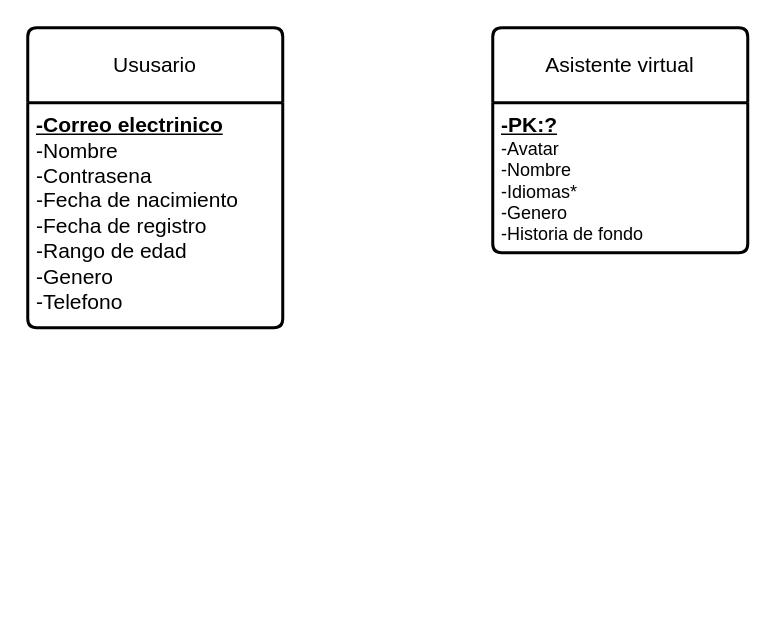
This is Untitled Diagram.drawio from Nicopiriz18/obligatorio_BD, a draw.io file, before an edit. Source tidied: cells renumbered, new cells numbered last; positions are measured from the earlier drawing's top-left corner, leaving out a move shared by most shapes. Both pictures are drawn from the tidied source at 150%, with x=0, y=0 at pixel (27, 27).
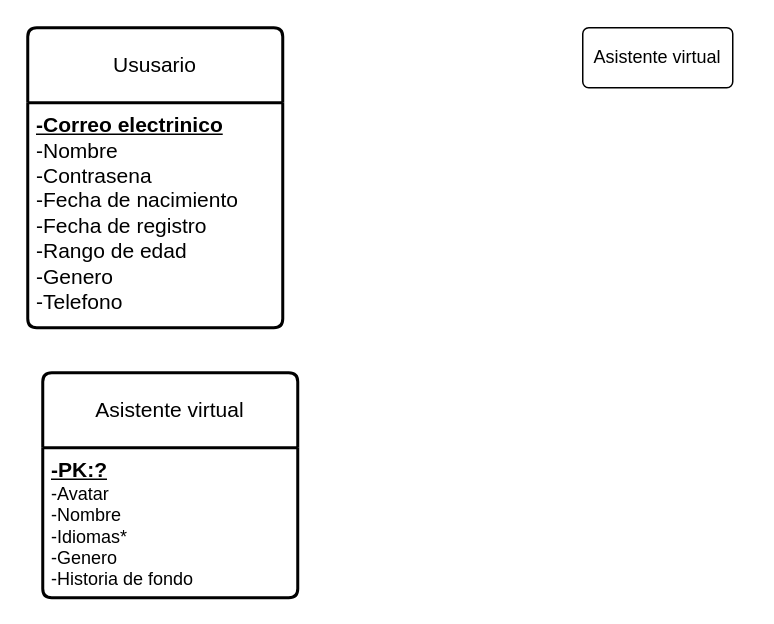
Above is the later version.

What changed in the source:
```diff
@@
 <mxGraphModel>
   <root>
     <mxCell id="0" />
     <mxCell id="1" parent="0" />
     <mxCell id="2" value="Ususario" style="swimlane;horizontal=1;startSize=50;rounded=1;fontSize=14;fontStyle=0;strokeWidth=2;shadow=0;dashed=0;align=center;arcSize=4;whiteSpace=wrap;html=1;" parent="1" vertex="1">
       <mxGeometry width="170" height="200" as="geometry" />
     </mxCell>
     <mxCell id="3" value="&lt;span style=&quot;font-weight: 700; text-decoration-line: underline; font-size: 14px;&quot;&gt;&lt;font style=&quot;font-size: 14px;&quot;&gt;-Correo electrinico&lt;/font&gt;&lt;/span&gt;&lt;div style=&quot;font-size: 14px;&quot;&gt;&lt;font style=&quot;font-size: 14px;&quot;&gt;-Nombre&lt;br style=&quot;padding: 0px; margin: 0px;&quot;&gt;-Contrasena&lt;br style=&quot;padding: 0px; margin: 0px;&quot;&gt;-Fecha de nacimiento&lt;br style=&quot;padding: 0px; margin: 0px;&quot;&gt;-Fecha de registro&lt;br style=&quot;padding: 0px; margin: 0px;&quot;&gt;-Rango de edad&lt;br style=&quot;padding: 0px; margin: 0px;&quot;&gt;-Genero&lt;br style=&quot;padding: 0px; margin: 0px;&quot;&gt;-Telefono&lt;/font&gt;&lt;span style=&quot;font-size: 13px; font-weight: 700; text-decoration-line: underline;&quot;&gt;&lt;br&gt;&lt;/span&gt;&lt;/div&gt;" style="align=left;strokeColor=none;fillColor=none;spacingLeft=4;fontSize=12;verticalAlign=top;html=1;" parent="2" vertex="1">
       <mxGeometry y="50" width="170" height="150" as="geometry" />
     </mxCell>
     <mxCell id="4" value="Asistente virtual" style="swimlane;horizontal=1;startSize=50;rounded=1;fontSize=14;fontStyle=0;strokeWidth=2;shadow=0;dashed=0;align=center;arcSize=4;whiteSpace=wrap;html=1;" parent="1" vertex="1">
-      <mxGeometry x="310" width="170" height="150" as="geometry" />
+      <mxGeometry x="10" y="230" width="170" height="150" as="geometry" />
     </mxCell>
     <mxCell id="5" value="&lt;div style=&quot;&quot;&gt;&lt;span style=&quot;font-weight: 700; text-decoration-line: underline; font-size: 14px;&quot;&gt;-PK:?&lt;/span&gt;&lt;/div&gt;&lt;div style=&quot;&quot;&gt;-Avatar&lt;/div&gt;&lt;div style=&quot;&quot;&gt;-Nombre&lt;/div&gt;&lt;div style=&quot;&quot;&gt;-Idiomas*&lt;/div&gt;&lt;div style=&quot;&quot;&gt;-Genero&lt;/div&gt;&lt;div style=&quot;&quot;&gt;-Historia de fondo&lt;/div&gt;" style="align=left;strokeColor=none;fillColor=none;spacingLeft=4;fontSize=12;verticalAlign=top;html=1;" parent="4" vertex="1">
       <mxGeometry y="50" width="170" height="100" as="geometry" />
     </mxCell>
+    <mxCell id="6" value="Asistente virtual" style="rounded=1;arcSize=10;whiteSpace=wrap;html=1;align=center;" parent="1" vertex="1">
+      <mxGeometry x="370" width="100" height="40" as="geometry" />
+    </mxCell>
   </root>
 </mxGraphModel>
```
